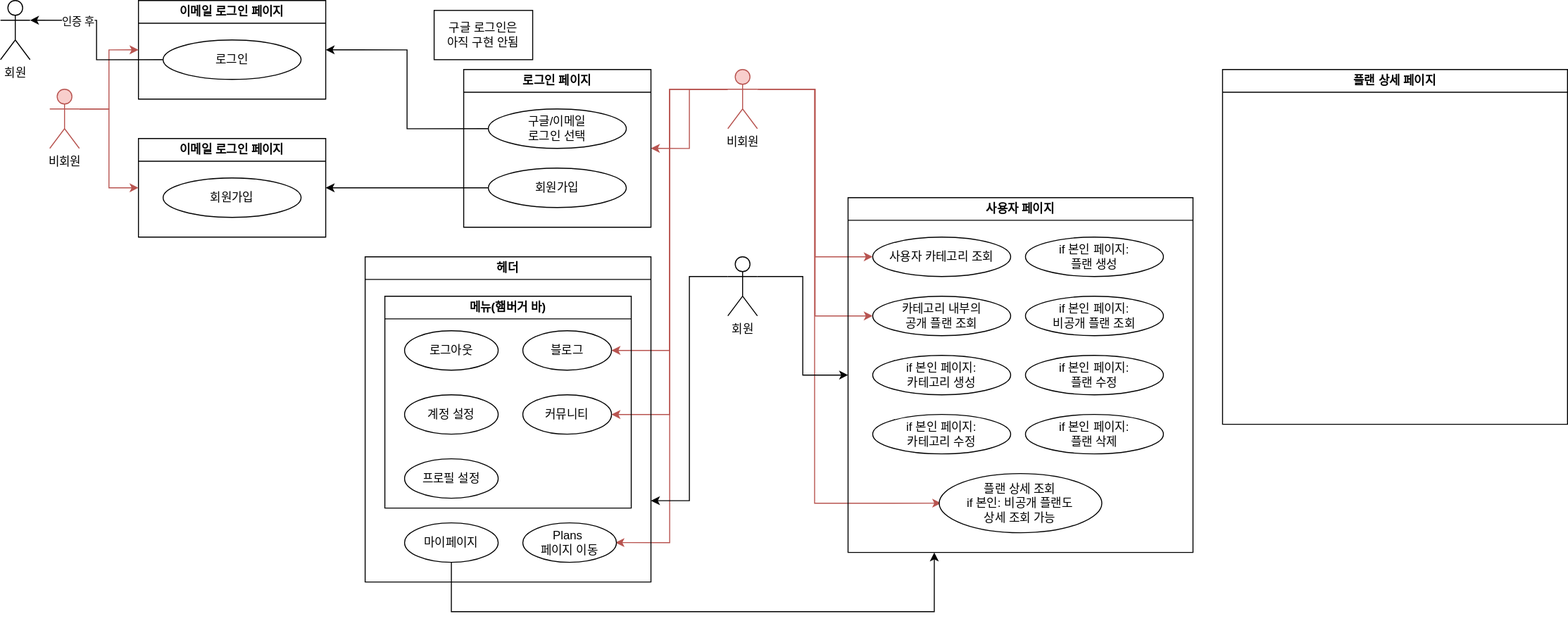
The draw.io diagram tripwith.ui-usecase.drawio.svg in tripwith-dev/tripwith, before a commit. Source tidied: cells renumbered, new cells last; positions are measured from the earlier drawing's top-left corner, leaving out a move shared by most shapes.
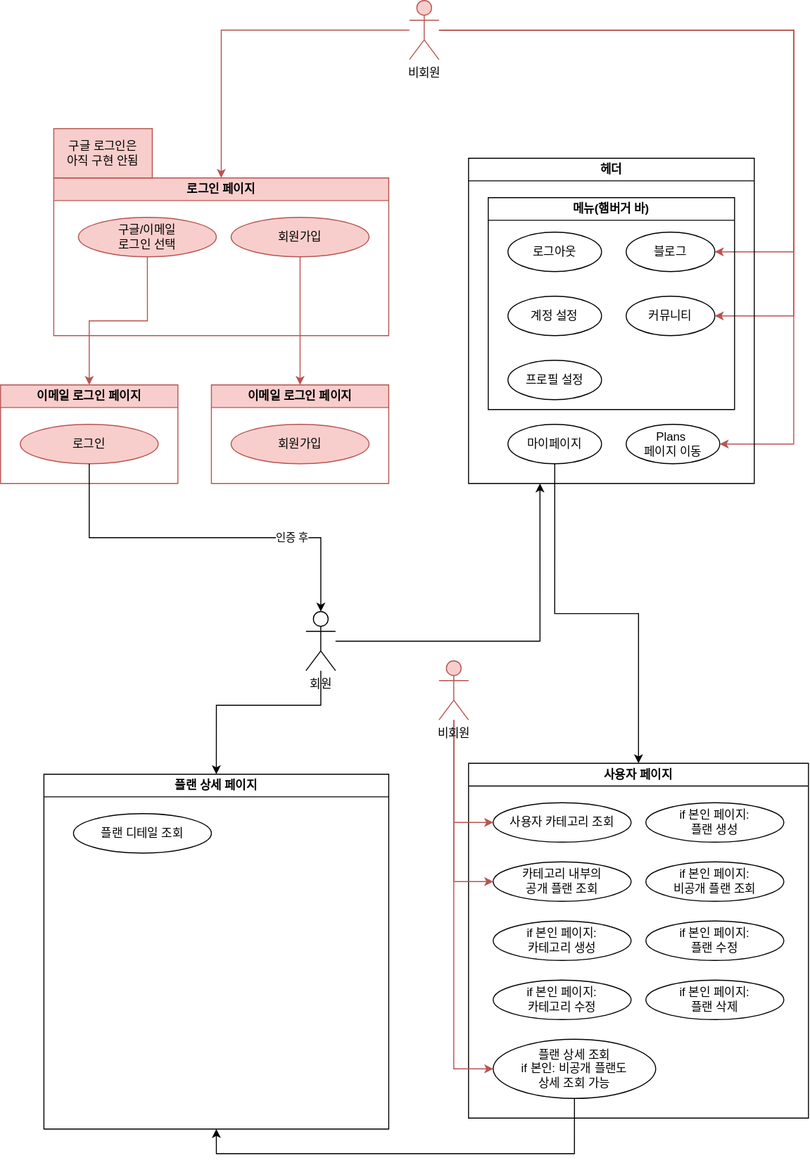
After the commit.

Commit message:
docs: ui-usecase figure

What changed in the source:
```diff
@@ -2,67 +2,50 @@
   <root>
     <mxCell id="0" />
     <mxCell id="1" parent="0" />
-    <mxCell id="2" style="edgeStyle=orthogonalEdgeStyle;rounded=0;jettySize=auto;html=1;exitX=0;exitY=0.3333333333333333;exitDx=0;exitDy=0;exitPerimeter=0;entryX=1;entryY=0.5;entryDx=0;entryDy=0;fillColor=#f8cecc;strokeColor=#b85450;" parent="1" edge="1" source="9" target="13">
+    <mxCell id="2" style="edgeStyle=orthogonalEdgeStyle;rounded=0;jettySize=auto;html=1;entryX=0.5;entryY=0;entryDx=0;entryDy=0;fillColor=#f8cecc;strokeColor=#b85450;" parent="1" edge="1" source="9" target="13">
       <mxGeometry relative="1" as="geometry" />
     </mxCell>
-    <mxCell id="3" style="edgeStyle=orthogonalEdgeStyle;rounded=0;jettySize=auto;html=1;exitX=0;exitY=0.3333333333333333;exitDx=0;exitDy=0;exitPerimeter=0;entryX=1;entryY=0.5;entryDx=0;entryDy=0;fillColor=#f8cecc;strokeColor=#b85450;" parent="1" edge="1" source="9" target="29">
-      <mxGeometry relative="1" as="geometry" />
+    <mxCell id="3" style="edgeStyle=orthogonalEdgeStyle;rounded=0;jettySize=auto;html=1;fillColor=#f8cecc;strokeColor=#b85450;" parent="1" edge="1" source="9" target="29">
+      <mxGeometry relative="1" as="geometry">
+        <Array as="points">
+          <mxPoint x="1145" y="40" />
+          <mxPoint x="1145" y="265" />
+        </Array>
+      </mxGeometry>
     </mxCell>
-    <mxCell id="4" style="edgeStyle=orthogonalEdgeStyle;rounded=0;jettySize=auto;html=1;exitX=0;exitY=0.3333333333333333;exitDx=0;exitDy=0;exitPerimeter=0;entryX=1;entryY=0.5;entryDx=0;entryDy=0;fillColor=#f8cecc;strokeColor=#b85450;" parent="1" edge="1" source="9" target="33">
-      <mxGeometry relative="1" as="geometry" />
+    <mxCell id="4" style="edgeStyle=orthogonalEdgeStyle;rounded=0;jettySize=auto;html=1;entryX=1;entryY=0.5;entryDx=0;entryDy=0;fillColor=#f8cecc;strokeColor=#b85450;" parent="1" edge="1" source="9" target="33">
+      <mxGeometry relative="1" as="geometry">
+        <Array as="points">
+          <mxPoint x="1145" y="40" />
+          <mxPoint x="1145" y="330" />
+        </Array>
+      </mxGeometry>
     </mxCell>
-    <mxCell id="5" style="edgeStyle=orthogonalEdgeStyle;rounded=0;orthogonalLoop=1;jettySize=auto;html=1;exitX=0;exitY=0.3333333333333333;exitDx=0;exitDy=0;exitPerimeter=0;entryX=1;entryY=0.5;entryDx=0;entryDy=0;fillColor=#f8cecc;strokeColor=#b85450;" parent="1" edge="1">
-      <mxGeometry relative="1" as="geometry">
-        <mxPoint x="737" y="90" as="sourcePoint" />
-        <mxPoint x="624" y="550" as="targetPoint" />
-        <Array as="points">
-          <mxPoint x="679" y="90" />
-          <mxPoint x="679" y="550" />
-        </Array>
-      </mxGeometry>
-    </mxCell>
-    <mxCell id="6" style="edgeStyle=orthogonalEdgeStyle;rounded=0;jettySize=auto;html=1;exitX=1;exitY=0.3333333333333333;exitDx=0;exitDy=0;exitPerimeter=0;entryX=0;entryY=0.5;entryDx=0;entryDy=0;fillColor=#f8cecc;strokeColor=#b85450;" parent="1" edge="1" source="9" target="18">
-      <mxGeometry relative="1" as="geometry" />
-    </mxCell>
-    <mxCell id="7" style="edgeStyle=orthogonalEdgeStyle;rounded=0;jettySize=auto;html=1;exitX=1;exitY=0.3333333333333333;exitDx=0;exitDy=0;exitPerimeter=0;entryX=0;entryY=0.5;entryDx=0;entryDy=0;fillColor=#f8cecc;strokeColor=#b85450;" parent="1" edge="1" source="9" target="19">
-      <mxGeometry relative="1" as="geometry" />
-    </mxCell>
-    <mxCell id="8" style="edgeStyle=orthogonalEdgeStyle;rounded=0;orthogonalLoop=1;jettySize=auto;html=1;exitX=1;exitY=0.3333333333333333;exitDx=0;exitDy=0;exitPerimeter=0;entryX=0;entryY=0.5;entryDx=0;entryDy=0;fillColor=#f8cecc;strokeColor=#b85450;" parent="1" edge="1">
-      <mxGeometry relative="1" as="geometry">
-        <mxPoint x="770" y="90" as="sourcePoint" />
-        <mxPoint x="954.5" y="510" as="targetPoint" />
-        <Array as="points">
-          <mxPoint x="826" y="90" />
-          <mxPoint x="826" y="510" />
-        </Array>
-      </mxGeometry>
-    </mxCell>
+    <mxCell id="50" style="edgeStyle=orthogonalEdgeStyle;rounded=0;jettySize=auto;html=1;entryX=1;entryY=0.5;entryDx=0;entryDy=0;fillColor=#f8cecc;strokeColor=#b85450;" parent="1" edge="1" source="9" target="34">
+      <mxGeometry relative="1" as="geometry">
+        <Array as="points">
+          <mxPoint x="1145" y="40" />
+          <mxPoint x="1145" y="460" />
+        </Array>
+      </mxGeometry>
+    </mxCell>
     <mxCell id="9" value="비회원" style="shape=umlActor;verticalLabelPosition=bottom;verticalAlign=top;html=1;outlineConnect=0;fillColor=#f8cecc;strokeColor=#b85450;" parent="1" vertex="1">
-      <mxGeometry x="738" y="70" width="30" height="60" as="geometry" />
+      <mxGeometry x="755" y="10" width="30" height="60" as="geometry" />
     </mxCell>
-    <mxCell id="10" style="edgeStyle=orthogonalEdgeStyle;rounded=0;jettySize=auto;html=1;exitX=0;exitY=0.3333333333333333;exitDx=0;exitDy=0;exitPerimeter=0;entryX=1;entryY=0.75;entryDx=0;entryDy=0;" parent="1" edge="1" source="12" target="27">
-      <mxGeometry relative="1" as="geometry" />
-    </mxCell>
-    <mxCell id="11" style="edgeStyle=orthogonalEdgeStyle;rounded=0;jettySize=auto;html=1;exitX=1;exitY=0.3333333333333333;exitDx=0;exitDy=0;exitPerimeter=0;entryX=0;entryY=0.5;entryDx=0;entryDy=0;" parent="1" edge="1" source="12" target="17">
-      <mxGeometry relative="1" as="geometry" />
-    </mxCell>
-    <mxCell id="12" value="회원" style="shape=umlActor;verticalLabelPosition=bottom;verticalAlign=top;html=1;outlineConnect=0;" parent="1" vertex="1">
-      <mxGeometry x="738" y="260" width="30" height="60" as="geometry" />
-    </mxCell>
-    <mxCell id="13" value="로그인 페이지" style="swimlane;whiteSpace=wrap;html=1;" parent="1" vertex="1">
-      <mxGeometry x="470" y="70" width="190" height="160" as="geometry" />
+    <mxCell id="13" value="로그인 페이지" style="swimlane;whiteSpace=wrap;html=1;fillColor=#f8cecc;strokeColor=#b85450;" parent="1" vertex="1">
+      <mxGeometry x="394" y="190" width="340" height="160" as="geometry" />
     </mxCell>
-    <mxCell id="14" value="구글/이메일&lt;br&gt;로그인 선택" style="ellipse;whiteSpace=wrap;html=1;" parent="13" vertex="1">
+    <mxCell id="14" value="구글/이메일&lt;br&gt;로그인 선택" style="ellipse;whiteSpace=wrap;html=1;fillColor=#f8cecc;strokeColor=#b85450;" parent="13" vertex="1">
       <mxGeometry x="25" y="40" width="140" height="40" as="geometry" />
     </mxCell>
-    <mxCell id="15" value="회원가입" style="ellipse;whiteSpace=wrap;html=1;" parent="13" vertex="1">
-      <mxGeometry x="25" y="100" width="140" height="40" as="geometry" />
+    <mxCell id="15" value="회원가입" style="ellipse;whiteSpace=wrap;html=1;fillColor=#f8cecc;strokeColor=#b85450;" parent="13" vertex="1">
+      <mxGeometry x="180" y="40" width="140" height="40" as="geometry" />
     </mxCell>
-    <mxCell id="16" value="구글 로그인은 &lt;br&gt;아직 구현 안됨" style="rounded=0;whiteSpace=wrap;html=1;" parent="1" vertex="1">
-      <mxGeometry x="440" y="10" width="100" height="50" as="geometry" />
+    <mxCell id="16" value="구글 로그인은 &lt;br&gt;아직 구현 안됨" style="rounded=0;whiteSpace=wrap;html=1;fillColor=#f8cecc;strokeColor=#b85450;" parent="1" vertex="1">
+      <mxGeometry x="394" y="140" width="100" height="50" as="geometry" />
     </mxCell>
     <mxCell id="17" value="사용자 페이지" style="swimlane;whiteSpace=wrap;html=1;" parent="1" vertex="1">
-      <mxGeometry x="860" y="200" width="350" height="360" as="geometry" />
+      <mxGeometry x="815" y="784" width="345" height="360" as="geometry" />
     </mxCell>
     <mxCell id="18" value="사용자 카테고리 조회" style="ellipse;whiteSpace=wrap;html=1;" parent="17" vertex="1">
       <mxGeometry x="25" y="40" width="140" height="40" as="geometry" />
@@ -89,10 +72,61 @@
       <mxGeometry x="180" y="220" width="140" height="40" as="geometry" />
     </mxCell>
     <mxCell id="26" value="플랜 상세 조회&lt;br&gt;if 본인: 비공개 플랜도&lt;br&gt;상세 조회 가능" style="ellipse;whiteSpace=wrap;html=1;" parent="17" vertex="1">
-      <mxGeometry x="92.5" y="280" width="165" height="60" as="geometry" />
+      <mxGeometry x="25" y="280" width="165" height="60" as="geometry" />
     </mxCell>
+    <mxCell id="36" value="이메일 로그인 페이지" style="swimlane;whiteSpace=wrap;html=1;fillColor=#f8cecc;strokeColor=#b85450;" parent="1" vertex="1">
+      <mxGeometry x="340" y="400" width="180" height="100" as="geometry" />
+    </mxCell>
+    <mxCell id="37" value="로그인" style="ellipse;whiteSpace=wrap;html=1;fillColor=#f8cecc;strokeColor=#b85450;" parent="36" vertex="1">
+      <mxGeometry x="20" y="40" width="140" height="40" as="geometry" />
+    </mxCell>
+    <mxCell id="38" value="이메일 로그인 페이지" style="swimlane;whiteSpace=wrap;html=1;fillColor=#f8cecc;strokeColor=#b85450;" parent="1" vertex="1">
+      <mxGeometry x="554" y="400" width="180" height="100" as="geometry" />
+    </mxCell>
+    <mxCell id="39" value="회원가입" style="ellipse;whiteSpace=wrap;html=1;fillColor=#f8cecc;strokeColor=#b85450;" parent="38" vertex="1">
+      <mxGeometry x="20" y="40" width="140" height="40" as="geometry" />
+    </mxCell>
+    <mxCell id="40" style="edgeStyle=orthogonalEdgeStyle;rounded=0;jettySize=auto;html=1;exitX=0.5;exitY=1;exitDx=0;exitDy=0;entryX=0.5;entryY=0;entryDx=0;entryDy=0;fillColor=#f8cecc;strokeColor=#b85450;" parent="1" edge="1" source="15" target="38">
+      <mxGeometry relative="1" as="geometry" />
+    </mxCell>
+    <mxCell id="41" style="edgeStyle=orthogonalEdgeStyle;rounded=0;jettySize=auto;html=1;exitX=0.5;exitY=1;exitDx=0;exitDy=0;entryX=0.5;entryY=0;entryDx=0;entryDy=0;fillColor=#f8cecc;strokeColor=#b85450;" parent="1" edge="1" source="14" target="36">
+      <mxGeometry relative="1" as="geometry" />
+    </mxCell>
+    <mxCell id="51" style="edgeStyle=orthogonalEdgeStyle;rounded=0;jettySize=auto;html=1;entryX=0.25;entryY=1;entryDx=0;entryDy=0;" parent="1" edge="1" source="45" target="27">
+      <mxGeometry relative="1" as="geometry" />
+    </mxCell>
+    <mxCell id="52" style="edgeStyle=orthogonalEdgeStyle;rounded=0;jettySize=auto;html=1;entryX=0.5;entryY=0;entryDx=0;entryDy=0;" parent="1" edge="1" source="45" target="49">
+      <mxGeometry relative="1" as="geometry">
+        <Array as="points">
+          <mxPoint x="559" y="725" />
+        </Array>
+      </mxGeometry>
+    </mxCell>
+    <mxCell id="45" value="회원" style="shape=umlActor;verticalLabelPosition=bottom;verticalAlign=top;html=1;outlineConnect=0;" parent="1" vertex="1">
+      <mxGeometry x="650" y="630" width="30" height="60" as="geometry" />
+    </mxCell>
+    <mxCell id="46" style="edgeStyle=orthogonalEdgeStyle;rounded=0;jettySize=auto;html=1;exitX=0.5;exitY=1;exitDx=0;exitDy=0;" parent="1" edge="1" source="37" target="45">
+      <mxGeometry relative="1" as="geometry" />
+    </mxCell>
+    <mxCell id="47" value="인증 후" style="edgeLabel;html=1;align=center;verticalAlign=middle;" parent="46" vertex="1">
+      <mxGeometry x="0.46" y="1" relative="1" as="geometry" />
+    </mxCell>
+    <mxCell id="49" value="플랜 상세 페이지" style="swimlane;whiteSpace=wrap;html=1;" parent="1" vertex="1">
+      <mxGeometry x="384" y="795" width="350" height="360" as="geometry" />
+    </mxCell>
+    <mxCell id="53" value="플랜 디테일 조회" style="ellipse;whiteSpace=wrap;html=1;" parent="49" vertex="1">
+      <mxGeometry x="30" y="40" width="140" height="40" as="geometry" />
+    </mxCell>
+    <mxCell id="54" style="edgeStyle=orthogonalEdgeStyle;rounded=0;jettySize=auto;html=1;exitX=0.5;exitY=1;exitDx=0;exitDy=0;entryX=0.5;entryY=1;entryDx=0;entryDy=0;" parent="1" edge="1" source="26" target="49">
+      <mxGeometry relative="1" as="geometry">
+        <Array as="points">
+          <mxPoint x="923" y="1180" />
+          <mxPoint x="559" y="1180" />
+        </Array>
+      </mxGeometry>
+    </mxCell>
     <mxCell id="27" value="헤더" style="swimlane;whiteSpace=wrap;html=1;" parent="1" vertex="1">
-      <mxGeometry x="370" y="260" width="290" height="330" as="geometry" />
+      <mxGeometry x="815" y="170" width="290" height="330" as="geometry" />
     </mxCell>
     <mxCell id="28" value="메뉴(햄버거 바)" style="swimlane;whiteSpace=wrap;html=1;" parent="27" vertex="1">
       <mxGeometry x="20" y="40" width="250" height="215" as="geometry" />
@@ -118,52 +152,32 @@
     <mxCell id="35" value="마이페이지" style="ellipse;whiteSpace=wrap;html=1;" parent="27" vertex="1">
       <mxGeometry x="40" y="270" width="95" height="40" as="geometry" />
     </mxCell>
-    <mxCell id="36" value="이메일 로그인 페이지" style="swimlane;whiteSpace=wrap;html=1;" parent="1" vertex="1">
-      <mxGeometry x="140" width="190" height="100" as="geometry" />
-    </mxCell>
-    <mxCell id="37" value="로그인" style="ellipse;whiteSpace=wrap;html=1;" parent="36" vertex="1">
-      <mxGeometry x="25" y="40" width="140" height="40" as="geometry" />
-    </mxCell>
-    <mxCell id="38" value="이메일 로그인 페이지" style="swimlane;whiteSpace=wrap;html=1;" parent="1" vertex="1">
-      <mxGeometry x="140" y="140" width="190" height="100" as="geometry" />
-    </mxCell>
-    <mxCell id="39" value="회원가입" style="ellipse;whiteSpace=wrap;html=1;" parent="38" vertex="1">
-      <mxGeometry x="25" y="40" width="140" height="40" as="geometry" />
-    </mxCell>
-    <mxCell id="40" style="edgeStyle=orthogonalEdgeStyle;rounded=0;jettySize=auto;html=1;exitX=0;exitY=0.5;exitDx=0;exitDy=0;entryX=1;entryY=0.5;entryDx=0;entryDy=0;" parent="1" edge="1" source="15" target="38">
-      <mxGeometry relative="1" as="geometry" />
-    </mxCell>
-    <mxCell id="41" style="edgeStyle=orthogonalEdgeStyle;rounded=0;jettySize=auto;html=1;exitX=0;exitY=0.5;exitDx=0;exitDy=0;entryX=1;entryY=0.5;entryDx=0;entryDy=0;" parent="1" edge="1" source="14" target="36">
-      <mxGeometry relative="1" as="geometry" />
-    </mxCell>
-    <mxCell id="42" style="edgeStyle=orthogonalEdgeStyle;rounded=0;jettySize=auto;html=1;exitX=1;exitY=0.3333333333333333;exitDx=0;exitDy=0;exitPerimeter=0;entryX=0;entryY=0.5;entryDx=0;entryDy=0;fillColor=#f8cecc;strokeColor=#b85450;" parent="1" edge="1" source="44" target="36">
-      <mxGeometry relative="1" as="geometry" />
-    </mxCell>
-    <mxCell id="43" style="edgeStyle=orthogonalEdgeStyle;rounded=0;jettySize=auto;html=1;exitX=1;exitY=0.3333333333333333;exitDx=0;exitDy=0;exitPerimeter=0;entryX=0;entryY=0.5;entryDx=0;entryDy=0;fillColor=#f8cecc;strokeColor=#b85450;" parent="1" edge="1" source="44" target="38">
-      <mxGeometry relative="1" as="geometry" />
-    </mxCell>
+    <mxCell id="48" style="edgeStyle=orthogonalEdgeStyle;rounded=0;jettySize=auto;html=1;exitX=0.5;exitY=1;exitDx=0;exitDy=0;entryX=0.5;entryY=0;entryDx=0;entryDy=0;" parent="1" edge="1" source="35" target="17">
+      <mxGeometry relative="1" as="geometry" />
+    </mxCell>
+    <mxCell id="55" style="edgeStyle=orthogonalEdgeStyle;rounded=0;jettySize=auto;html=1;entryX=0;entryY=0.5;entryDx=0;entryDy=0;fillColor=#f8cecc;strokeColor=#b85450;" parent="1" edge="1" source="44" target="19">
+      <mxGeometry relative="1" as="geometry">
+        <Array as="points">
+          <mxPoint x="800" y="904" />
+        </Array>
+      </mxGeometry>
+    </mxCell>
+    <mxCell id="56" style="edgeStyle=orthogonalEdgeStyle;rounded=0;jettySize=auto;html=1;entryX=0;entryY=0.5;entryDx=0;entryDy=0;fillColor=#f8cecc;strokeColor=#b85450;" parent="1" edge="1" source="44" target="18">
+      <mxGeometry relative="1" as="geometry">
+        <Array as="points">
+          <mxPoint x="800" y="844" />
+        </Array>
+      </mxGeometry>
+    </mxCell>
+    <mxCell id="57" style="edgeStyle=orthogonalEdgeStyle;rounded=0;jettySize=auto;html=1;entryX=0;entryY=0.5;entryDx=0;entryDy=0;fillColor=#f8cecc;strokeColor=#b85450;" parent="1" edge="1" source="44" target="26">
+      <mxGeometry relative="1" as="geometry">
+        <Array as="points">
+          <mxPoint x="800" y="1094" />
+        </Array>
+      </mxGeometry>
+    </mxCell>
     <mxCell id="44" value="비회원" style="shape=umlActor;verticalLabelPosition=bottom;verticalAlign=top;html=1;outlineConnect=0;fillColor=#f8cecc;strokeColor=#b85450;" parent="1" vertex="1">
-      <mxGeometry x="50" y="90" width="30" height="60" as="geometry" />
+      <mxGeometry x="785" y="680" width="30" height="60" as="geometry" />
     </mxCell>
-    <mxCell id="45" value="회원" style="shape=umlActor;verticalLabelPosition=bottom;verticalAlign=top;html=1;outlineConnect=0;" parent="1" vertex="1">
-      <mxGeometry width="30" height="60" as="geometry" />
-    </mxCell>
-    <mxCell id="46" style="edgeStyle=orthogonalEdgeStyle;rounded=0;jettySize=auto;html=1;exitX=0;exitY=0.5;exitDx=0;exitDy=0;entryX=1;entryY=0.3333333333333333;entryDx=0;entryDy=0;entryPerimeter=0;" parent="1" edge="1" source="37" target="45">
-      <mxGeometry relative="1" as="geometry" />
-    </mxCell>
-    <mxCell id="47" value="인증 후" style="edgeLabel;html=1;align=center;verticalAlign=middle;" parent="46" vertex="1">
-      <mxGeometry x="0.46" y="1" relative="1" as="geometry" />
-    </mxCell>
-    <mxCell id="48" style="edgeStyle=orthogonalEdgeStyle;rounded=0;jettySize=auto;html=1;exitX=0.5;exitY=1;exitDx=0;exitDy=0;entryX=0.25;entryY=1;entryDx=0;entryDy=0;" parent="1" edge="1" source="35" target="17">
-      <mxGeometry relative="1" as="geometry">
-        <Array as="points">
-          <mxPoint x="458" y="620" />
-          <mxPoint x="948" y="620" />
-        </Array>
-      </mxGeometry>
-    </mxCell>
-    <mxCell id="49" value="플랜 상세 페이지" style="swimlane;whiteSpace=wrap;html=1;" parent="1" vertex="1">
-      <mxGeometry x="1240" y="70" width="350" height="360" as="geometry" />
-    </mxCell>
   </root>
 </mxGraphModel>
```
